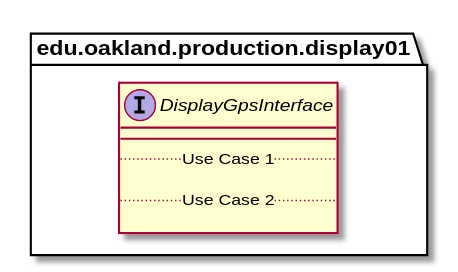
Earlier version of the PlantUML export docs/uml-class-diagrams/display01/production/DisplayGpsInterface/DisplayGpsInterface_DirectDependencies.svg (andrewdimmer/csi-3370-software-project). Source of this version:
```plantuml
@startuml DisplayGpsInterface_DirectDependencies


package edu.oakland.production.display01 {
    interface DisplayGpsInterface {
        __
        .. Use Case 1 ..

        .. Use Case 2 ..

    }
}






@enduml
```
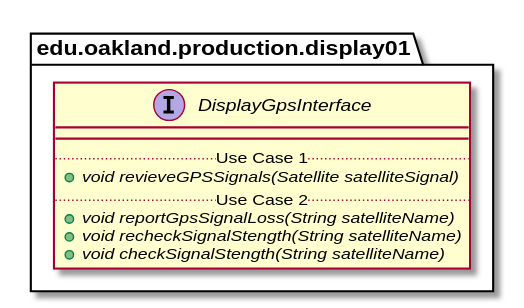
The same diagram one commit later.

What changed in the source:
```diff
@@ -5,9 +5,11 @@
     interface DisplayGpsInterface {
         __
         .. Use Case 1 ..
-
+        {abstract} + void revieveGPSSignals(Satellite satelliteSignal)
         .. Use Case 2 ..
-
+        {abstract} + void reportGpsSignalLoss(String satelliteName)
+        {abstract} + void recheckSignalStength(String satelliteName)
+        {abstract} + void checkSignalStength(String satelliteName)
     }
 }
 
```
